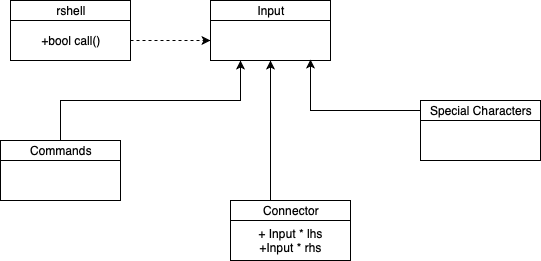
Above: images/Assignment 1-2.png in calvin-yoh/assignment-fun_stuff_3 (draw.io), before the change. Source tidied: cells renumbered, new cells last; positions are measured from the earlier drawing's top-left corner, leaving out a move shared by most shapes. Its diagram source:
```xml
<mxGraphModel>
  <root>
    <mxCell id="0" />
    <mxCell id="1" parent="0" />
    <mxCell id="2" style="edgeStyle=orthogonalEdgeStyle;rounded=0;jettySize=auto;html=1;dashed=1;" parent="1" edge="1" source="3" target="4">
      <mxGeometry relative="1" as="geometry" />
    </mxCell>
    <mxCell id="3" value="+bool call()" style="rounded=0;whiteSpace=wrap;html=1;" parent="1" vertex="1">
      <mxGeometry x="10" y="20" width="120" height="40" as="geometry" />
    </mxCell>
    <mxCell id="4" style="rounded=0;whiteSpace=wrap;html=1;" parent="1" vertex="1">
      <mxGeometry x="210" y="20" width="120" height="40" as="geometry" />
    </mxCell>
    <mxCell id="5" value="rshell" style="rounded=0;whiteSpace=wrap;html=1;" parent="1" vertex="1">
      <mxGeometry x="10" width="120" height="20" as="geometry" />
    </mxCell>
    <mxCell id="6" value="Input" style="rounded=0;whiteSpace=wrap;html=1;" parent="1" vertex="1">
      <mxGeometry x="210" width="120" height="20" as="geometry" />
    </mxCell>
    <mxCell id="7" style="rounded=0;whiteSpace=wrap;html=1;" parent="1" vertex="1">
      <mxGeometry x="420" y="120" width="120" height="40" as="geometry" />
    </mxCell>
    <mxCell id="8" style="rounded=0;whiteSpace=wrap;html=1;" parent="1" vertex="1">
      <mxGeometry x="210" y="20" width="120" height="40" as="geometry" />
    </mxCell>
    <mxCell id="9" style="edgeStyle=orthogonalEdgeStyle;rounded=0;jettySize=auto;html=1;" parent="1" edge="1" source="16" target="11">
      <mxGeometry relative="1" as="geometry">
        <Array as="points">
          <mxPoint x="270" y="150" />
          <mxPoint x="270" y="150" />
        </Array>
      </mxGeometry>
    </mxCell>
    <mxCell id="10" value="+ Input * lhs&lt;br&gt;+Input * rhs" style="rounded=0;whiteSpace=wrap;html=1;" parent="1" vertex="1">
      <mxGeometry x="230" y="220" width="120" height="40" as="geometry" />
    </mxCell>
    <mxCell id="11" style="rounded=0;whiteSpace=wrap;html=1;direction=west;" parent="1" vertex="1">
      <mxGeometry x="210" y="20" width="120" height="40" as="geometry" />
    </mxCell>
    <mxCell id="12" style="edgeStyle=orthogonalEdgeStyle;rounded=0;jettySize=auto;html=1;" parent="1" edge="1" source="13" target="14">
      <mxGeometry relative="1" as="geometry">
        <Array as="points">
          <mxPoint x="60" y="100" />
          <mxPoint x="240" y="100" />
        </Array>
      </mxGeometry>
    </mxCell>
    <mxCell id="13" style="rounded=0;whiteSpace=wrap;html=1;" parent="1" vertex="1">
      <mxGeometry y="160" width="120" height="40" as="geometry" />
    </mxCell>
    <mxCell id="14" style="rounded=0;whiteSpace=wrap;html=1;" parent="1" vertex="1">
      <mxGeometry x="210" y="20" width="120" height="40" as="geometry" />
    </mxCell>
    <mxCell id="15" value="Commands" style="rounded=0;whiteSpace=wrap;html=1;" parent="1" vertex="1">
      <mxGeometry y="140" width="120" height="20" as="geometry" />
    </mxCell>
    <mxCell id="16" value="Connector" style="rounded=0;whiteSpace=wrap;html=1;" parent="1" vertex="1">
      <mxGeometry x="230" y="200" width="120" height="20" as="geometry" />
    </mxCell>
    <mxCell id="17" style="edgeStyle=orthogonalEdgeStyle;rounded=0;jettySize=auto;html=1;entryX=0.833;entryY=0.975;entryDx=0;entryDy=0;entryPerimeter=0;" parent="1" edge="1" source="18" target="14">
      <mxGeometry relative="1" as="geometry" />
    </mxCell>
    <mxCell id="18" value="Special Characters" style="rounded=0;whiteSpace=wrap;html=1;" parent="1" vertex="1">
      <mxGeometry x="420" y="100" width="120" height="20" as="geometry" />
    </mxCell>
  </root>
</mxGraphModel>
```
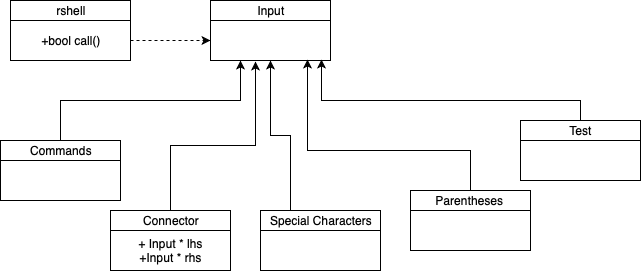
Above is the later version.

Diff of the diagram source:
```diff
@@ -18,21 +18,16 @@
       <mxGeometry x="210" width="120" height="20" as="geometry" />
     </mxCell>
     <mxCell id="7" style="rounded=0;whiteSpace=wrap;html=1;" parent="1" vertex="1">
-      <mxGeometry x="420" y="120" width="120" height="40" as="geometry" />
+      <mxGeometry x="260" y="230" width="120" height="40" as="geometry" />
     </mxCell>
     <mxCell id="8" style="rounded=0;whiteSpace=wrap;html=1;" parent="1" vertex="1">
       <mxGeometry x="210" y="20" width="120" height="40" as="geometry" />
     </mxCell>
-    <mxCell id="9" style="edgeStyle=orthogonalEdgeStyle;rounded=0;jettySize=auto;html=1;" parent="1" edge="1" source="16" target="11">
-      <mxGeometry relative="1" as="geometry">
-        <Array as="points">
-          <mxPoint x="270" y="150" />
-          <mxPoint x="270" y="150" />
-        </Array>
-      </mxGeometry>
-    </mxCell>
+    <mxCell id="19" style="edgeStyle=orthogonalEdgeStyle;rounded=0;jettySize=auto;html=1;entryX=0.375;entryY=1.025;entryDx=0;entryDy=0;entryPerimeter=0;" parent="1" edge="1" source="10" target="14">
+      <mxGeometry relative="1" as="geometry" />
+    </mxCell>
     <mxCell id="10" value="+ Input * lhs&lt;br&gt;+Input * rhs" style="rounded=0;whiteSpace=wrap;html=1;" parent="1" vertex="1">
-      <mxGeometry x="230" y="220" width="120" height="40" as="geometry" />
+      <mxGeometry x="110" y="230" width="120" height="40" as="geometry" />
     </mxCell>
     <mxCell id="11" style="rounded=0;whiteSpace=wrap;html=1;direction=west;" parent="1" vertex="1">
       <mxGeometry x="210" y="20" width="120" height="40" as="geometry" />
@@ -55,13 +50,46 @@
       <mxGeometry y="140" width="120" height="20" as="geometry" />
     </mxCell>
     <mxCell id="16" value="Connector" style="rounded=0;whiteSpace=wrap;html=1;" parent="1" vertex="1">
-      <mxGeometry x="230" y="200" width="120" height="20" as="geometry" />
+      <mxGeometry x="110" y="210" width="120" height="20" as="geometry" />
     </mxCell>
-    <mxCell id="17" style="edgeStyle=orthogonalEdgeStyle;rounded=0;jettySize=auto;html=1;entryX=0.833;entryY=0.975;entryDx=0;entryDy=0;entryPerimeter=0;" parent="1" edge="1" source="18" target="14">
-      <mxGeometry relative="1" as="geometry" />
+    <mxCell id="17" style="edgeStyle=orthogonalEdgeStyle;rounded=0;jettySize=auto;html=1;entryX=0.5;entryY=1;entryDx=0;entryDy=0;" parent="1" edge="1" source="18" target="14">
+      <mxGeometry relative="1" as="geometry">
+        <Array as="points">
+          <mxPoint x="290" y="135" />
+          <mxPoint x="270" y="135" />
+        </Array>
+      </mxGeometry>
     </mxCell>
     <mxCell id="18" value="Special Characters" style="rounded=0;whiteSpace=wrap;html=1;" parent="1" vertex="1">
-      <mxGeometry x="420" y="100" width="120" height="20" as="geometry" />
+      <mxGeometry x="260" y="210" width="120" height="20" as="geometry" />
     </mxCell>
+    <mxCell id="20" style="edgeStyle=orthogonalEdgeStyle;rounded=0;jettySize=auto;html=1;entryX=0.808;entryY=0.975;entryDx=0;entryDy=0;entryPerimeter=0;" parent="1" edge="1" source="21" target="14">
+      <mxGeometry relative="1" as="geometry">
+        <Array as="points">
+          <mxPoint x="470" y="150" />
+          <mxPoint x="307" y="150" />
+        </Array>
+      </mxGeometry>
+    </mxCell>
+    <mxCell id="21" value="Parentheses&amp;nbsp;" style="rounded=0;whiteSpace=wrap;html=1;" parent="1" vertex="1">
+      <mxGeometry x="410" y="190" width="120" height="20" as="geometry" />
+    </mxCell>
+    <mxCell id="22" style="edgeStyle=orthogonalEdgeStyle;rounded=0;jettySize=auto;html=1;entryX=0.925;entryY=0.975;entryDx=0;entryDy=0;entryPerimeter=0;" parent="1" edge="1" source="23" target="14">
+      <mxGeometry relative="1" as="geometry">
+        <Array as="points">
+          <mxPoint x="580" y="100" />
+          <mxPoint x="321" y="100" />
+        </Array>
+      </mxGeometry>
+    </mxCell>
+    <mxCell id="23" value="Test" style="rounded=0;whiteSpace=wrap;html=1;" parent="1" vertex="1">
+      <mxGeometry x="520" y="120" width="120" height="20" as="geometry" />
+    </mxCell>
+    <mxCell id="24" style="rounded=0;whiteSpace=wrap;html=1;" parent="1" vertex="1">
+      <mxGeometry x="410" y="210" width="120" height="40" as="geometry" />
+    </mxCell>
+    <mxCell id="25" style="rounded=0;whiteSpace=wrap;html=1;" parent="1" vertex="1">
+      <mxGeometry x="520" y="140" width="120" height="40" as="geometry" />
+    </mxCell>
   </root>
 </mxGraphModel>
```
